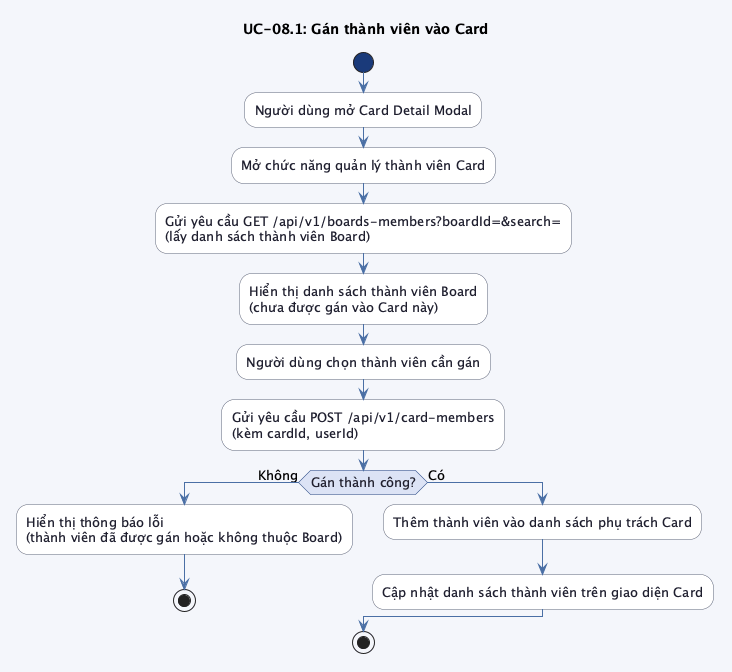
trongnhan34vn/trello-report keeps this PlantUML diagram as src/images/chap3/activity_uc08_1.png. Above is the earlier version. The source it was exported from:
```plantuml
@startuml activity_uc08_1

skinparam linetype ortho
skinparam defaultFontSize 13
skinparam backgroundColor #f4f6fb
skinparam activity {
    BackgroundColor #ffffff
    BorderColor #5b6279
    FontColor #1e1e2e
    ArrowColor #4a6fa5
    DiamondBackgroundColor #dce3f5
    DiamondBorderColor #1a3a7a
    DiamondFontColor #1e1e2e
    StartColor #1a3a7a
    EndColor #1a3a7a
}

title UC-08.1: Gán thành viên vào Card

start

:Người dùng mở Card Detail Modal;
:Mở chức năng quản lý thành viên Card;
:Gửi yêu cầu GET /api/v1/boards-members?boardId=&search=\n(lấy danh sách thành viên Board);
:Hiển thị danh sách thành viên Board\n(chưa được gán vào Card này);
:Người dùng chọn thành viên cần gán;
:Gửi yêu cầu POST /api/v1/card-members\n(kèm cardId, userId);

if (Gán thành công?) then (Không)
    :Hiển thị thông báo lỗi\n(thành viên đã được gán hoặc không thuộc Board);
    stop
else (Có)
    :Thêm thành viên vào danh sách phụ trách Card;
    :Cập nhật danh sách thành viên trên giao diện Card;
endif

stop

@enduml
```
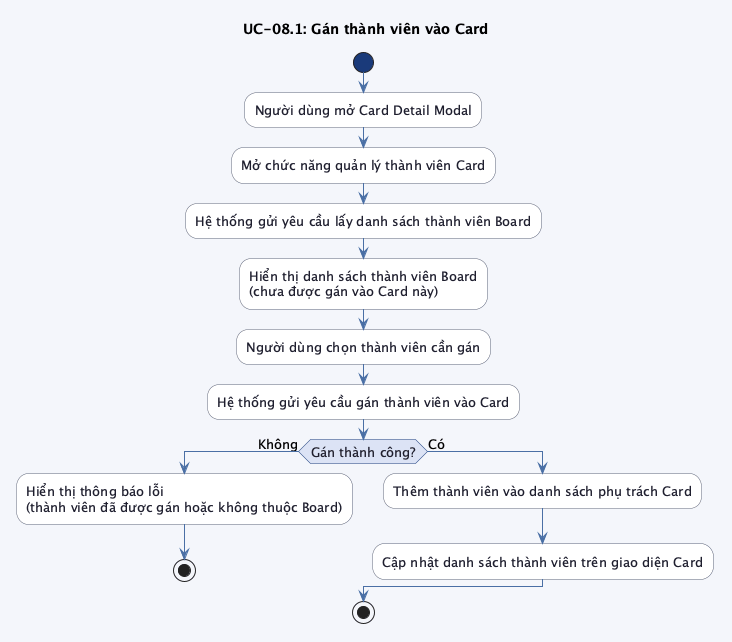
After the commit.

What changed in the source:
```diff
@@ -21,10 +21,10 @@
 
 :Người dùng mở Card Detail Modal;
 :Mở chức năng quản lý thành viên Card;
-:Gửi yêu cầu GET /api/v1/boards-members?boardId=&search=\n(lấy danh sách thành viên Board);
+:Hệ thống gửi yêu cầu lấy danh sách thành viên Board;
 :Hiển thị danh sách thành viên Board\n(chưa được gán vào Card này);
 :Người dùng chọn thành viên cần gán;
-:Gửi yêu cầu POST /api/v1/card-members\n(kèm cardId, userId);
+:Hệ thống gửi yêu cầu gán thành viên vào Card;
 
 if (Gán thành công?) then (Không)
     :Hiển thị thông báo lỗi\n(thành viên đã được gán hoặc không thuộc Board);
```
